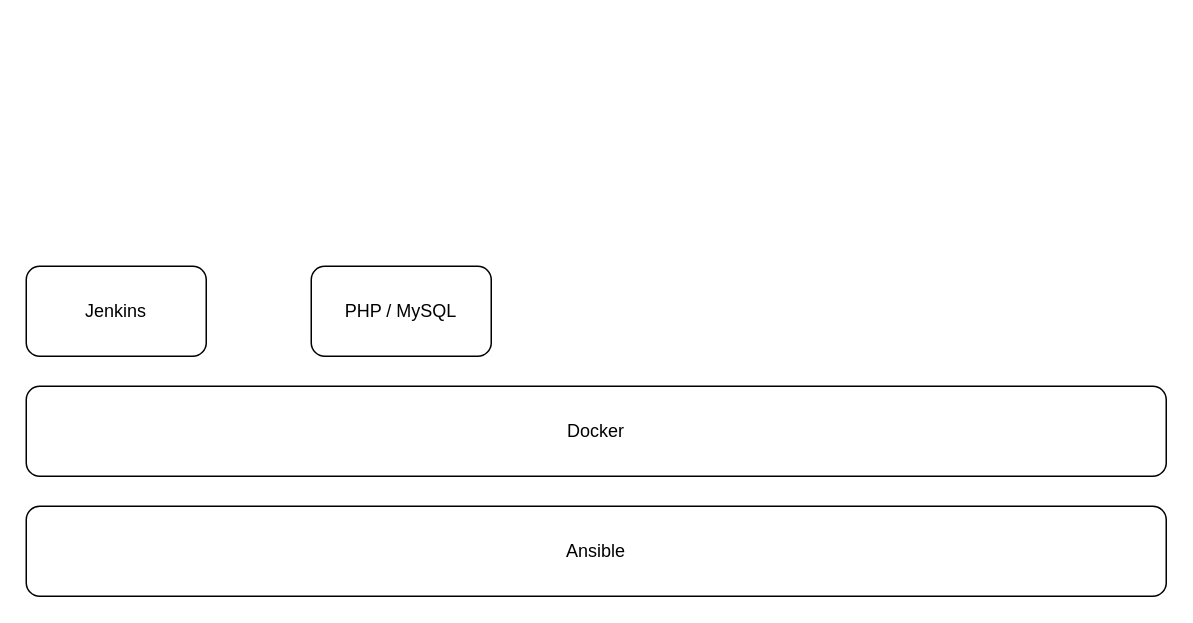
This is images/sys_overview.drawio from sferentzi/cicd_xam, a draw.io file, before an edit. Source tidied: cells renumbered, new cells numbered last; positions are measured from the earlier drawing's top-left corner, leaving out a move shared by most shapes. Both pictures are drawn from the tidied source at 150%, with x=0, y=0 at pixel (26, 266).
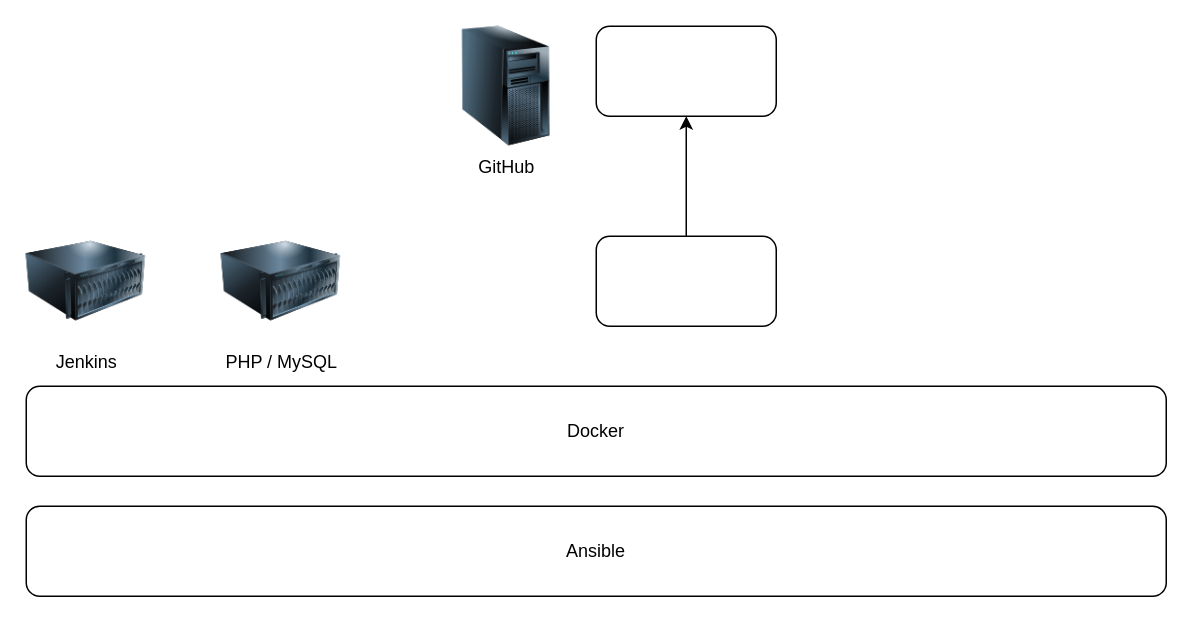
The same diagram, later.

Change to the diagram source:
```diff
@@
 <mxGraphModel>
   <root>
     <mxCell id="0" />
     <mxCell id="1" parent="0" />
     <mxCell id="2" value="Docker" style="rounded=1;whiteSpace=wrap;html=1;" parent="1" vertex="1">
       <mxGeometry y="80" width="760" height="60" as="geometry" />
     </mxCell>
+    <mxCell id="5" value="Ansible" style="rounded=1;whiteSpace=wrap;html=1;" parent="1" vertex="1">
+      <mxGeometry y="160" width="760" height="60" as="geometry" />
+    </mxCell>
+    <mxCell id="6" style="edgeStyle=orthogonalEdgeStyle;rounded=0;jettySize=auto;html=1;" parent="1" edge="1" source="7" target="8">
+      <mxGeometry relative="1" as="geometry" />
+    </mxCell>
+    <mxCell id="7" style="rounded=1;whiteSpace=wrap;html=1;" parent="1" vertex="1">
+      <mxGeometry x="380" y="-20" width="120" height="60" as="geometry" />
+    </mxCell>
+    <mxCell id="8" style="rounded=1;whiteSpace=wrap;html=1;" parent="1" vertex="1">
+      <mxGeometry x="380" y="-160" width="120" height="60" as="geometry" />
+    </mxCell>
-    <mxCell id="3" value="Jenkins" style="rounded=1;whiteSpace=wrap;html=1;" parent="1" vertex="1">
-      <mxGeometry width="120" height="60" as="geometry" />
+    <mxCell id="3" value="Jenkins" style="image;html=1;labelBackgroundColor=#ffffff;image=img/lib/clip_art/computers/Server_128x128.png;" parent="1" vertex="1">
+      <mxGeometry y="-30" width="80" height="80" as="geometry" />
     </mxCell>
-    <mxCell id="4" value="PHP / MySQL" style="rounded=1;whiteSpace=wrap;html=1;" parent="1" vertex="1">
-      <mxGeometry x="190" width="120" height="60" as="geometry" />
+    <mxCell id="4" value="&lt;div&gt;PHP / MySQL&lt;/div&gt;" style="image;html=1;labelBackgroundColor=#ffffff;image=img/lib/clip_art/computers/Server_128x128.png;" parent="1" vertex="1">
+      <mxGeometry x="130" y="-30" width="80" height="80" as="geometry" />
     </mxCell>
-    <mxCell id="5" value="Ansible" style="rounded=1;whiteSpace=wrap;html=1;" parent="1" vertex="1">
-      <mxGeometry y="160" width="760" height="60" as="geometry" />
-    </mxCell>
+    <mxCell id="9" value="GitHub" style="image;html=1;labelBackgroundColor=#ffffff;image=img/lib/clip_art/computers/Server_Tower_128x128.png;" parent="1" vertex="1">
+      <mxGeometry x="280" y="-160" width="80" height="80" as="geometry" />
+    </mxCell>
   </root>
 </mxGraphModel>
```
